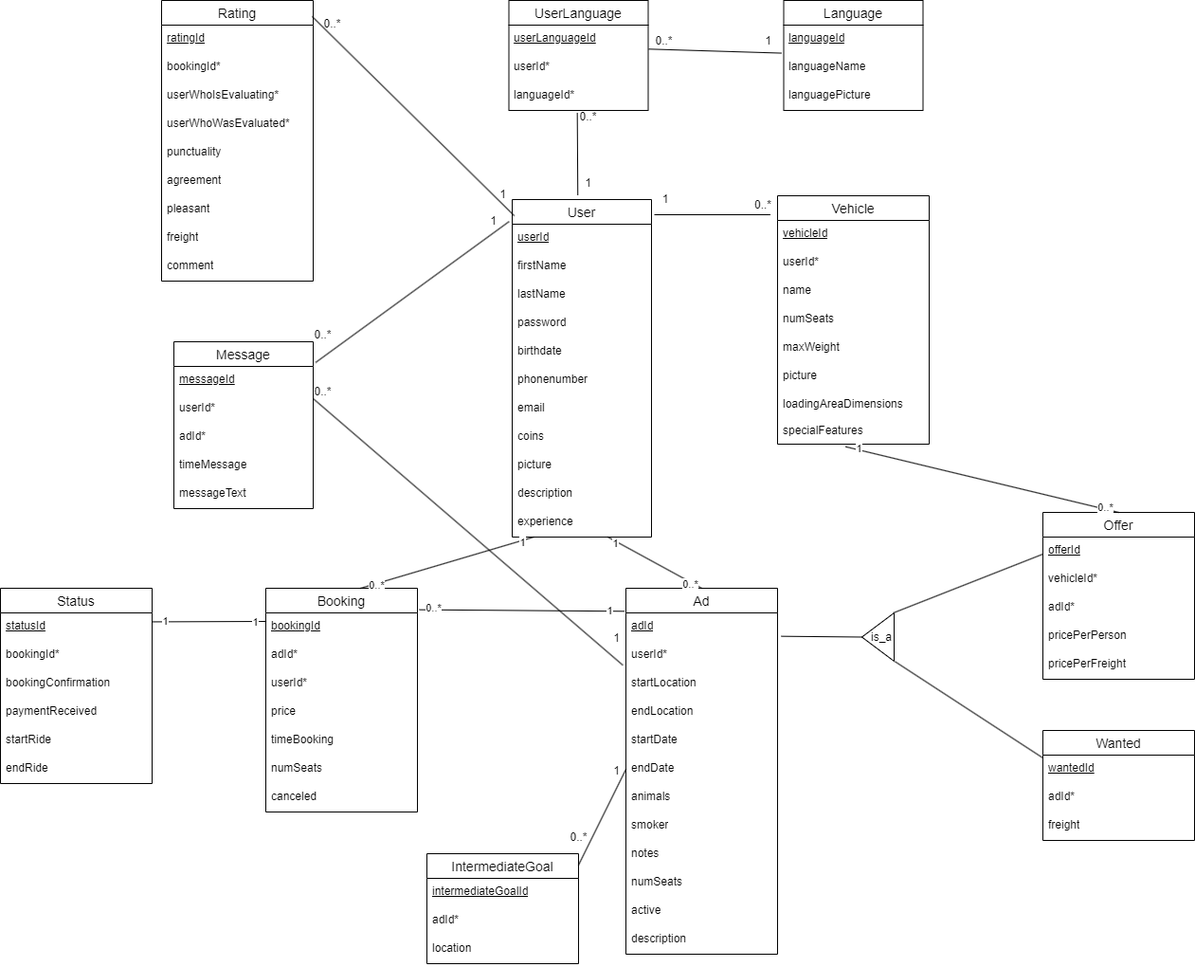
Before: documentation/images/ERDCargonaut.png, a diagram exported from draw.io (wrth1337/MyCargonaut). Source tidied: cells renumbered, new cells last; positions are measured from the earlier drawing's top-left corner, leaving out a move shared by most shapes.
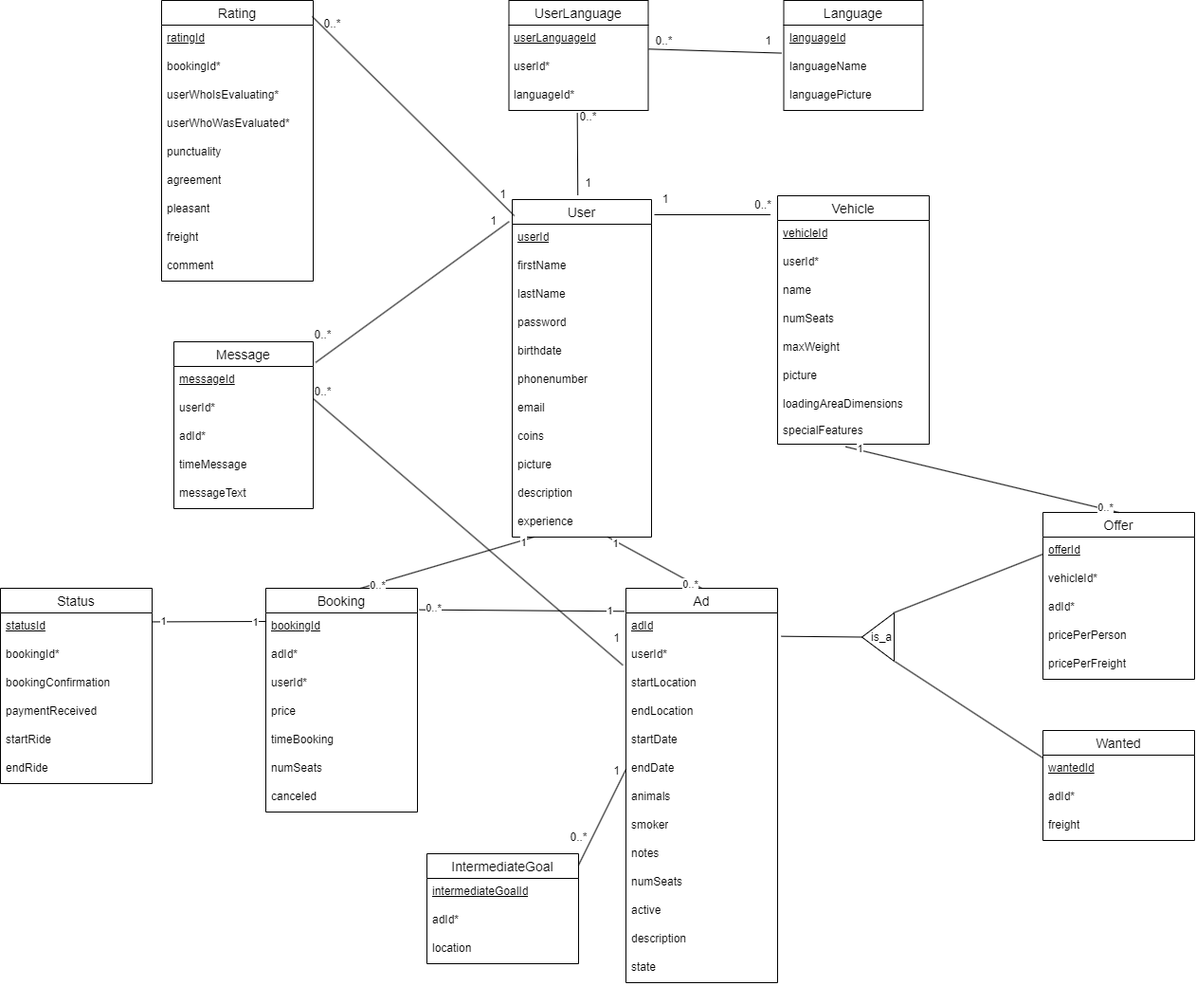
The same file after the commit.

Change to the diagram source:
```diff
@@ -131,7 +131,7 @@
       <mxGeometry y="86" width="160" height="30" as="geometry" />
     </mxCell>
     <mxCell id="44" value="Ad" style="swimlane;fontStyle=0;horizontal=1;startSize=26;align=center;fontSize=14;" parent="1" vertex="1">
-      <mxGeometry x="660" y="620" width="160" height="386" as="geometry" />
+      <mxGeometry x="660" y="620" width="160" height="416" as="geometry" />
     </mxCell>
     <mxCell id="45" value="&lt;u&gt;adId&lt;/u&gt;" style="text;strokeColor=none;fillColor=none;spacingLeft=4;spacingRight=4;overflow=hidden;points=[[0,0.5],[1,0.5]];portConstraint=eastwest;fontSize=12;whiteSpace=wrap;html=1;" parent="44" vertex="1">
       <mxGeometry y="26" width="160" height="30" as="geometry" />
@@ -169,6 +169,9 @@
     <mxCell id="56" value="description" style="text;strokeColor=none;fillColor=none;spacingLeft=4;spacingRight=4;overflow=hidden;fontSize=12;whiteSpace=wrap;html=1;" parent="44" vertex="1">
       <mxGeometry y="356" width="160" height="30" as="geometry" />
     </mxCell>
+    <mxCell id="131" value="state" style="text;strokeColor=none;fillColor=none;spacingLeft=4;spacingRight=4;overflow=hidden;fontSize=12;whiteSpace=wrap;html=1;" parent="44" vertex="1">
+      <mxGeometry y="386" width="160" height="30" as="geometry" />
+    </mxCell>
     <mxCell id="57" style="endArrow=none;html=1;rounded=0;entryX=0;entryY=0.5;entryDx=0;entryDy=0;exitX=1.025;exitY=-0.178;exitDx=0;exitDy=0;exitPerimeter=0;" parent="1" edge="1" source="46">
       <mxGeometry relative="1" as="geometry">
         <mxPoint x="910" y="671.5" as="targetPoint" />
```
